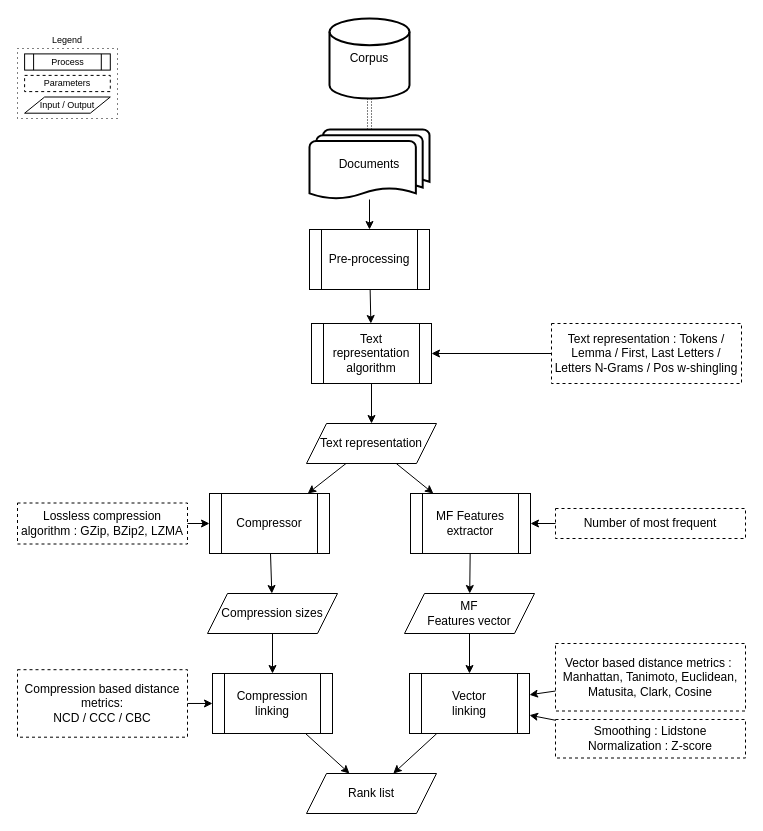
Earlier version of the draw.io diagram page "rank_lists" (1 of 3) of schema/schema.drawio (TheRaphael0000/master_thesis). Source tidied: cells renumbered, new cells numbered last; positions are measured from the earlier drawing's top-left corner, leaving out a move shared by most shapes. Both pictures are drawn from the tidied source at 100%, with x=0, y=0 at pixel (17, 18).
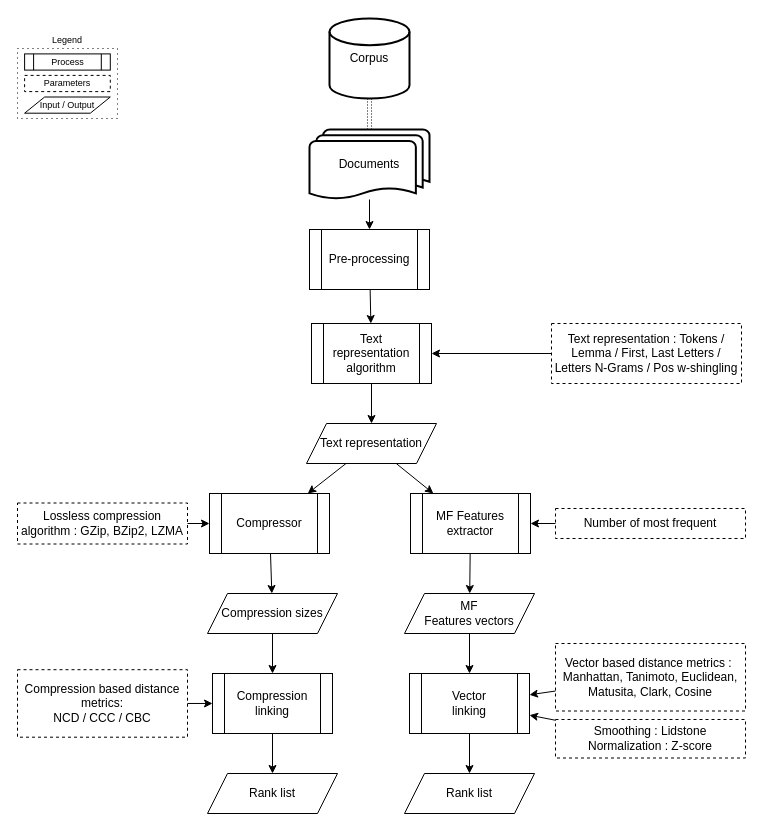
After the change.

The change refers to these unchanged cells:
```xml
<mxCell id="6" value="Vector&lt;br&gt;linking" style="shape=process;whiteSpace=wrap;html=1;backgroundOutline=1;" parent="1" vertex="1">
  <mxGeometry x="392" y="655" width="120" height="60" as="geometry" />
</mxCell>
```

The edit, as a diff of the source:
```diff
@@
     <mxCell id="4" value="&lt;span&gt;Rank list&lt;/span&gt;" style="shape=parallelogram;perimeter=parallelogramPerimeter;whiteSpace=wrap;html=1;fixedSize=1;" parent="1" vertex="1">
-      <mxGeometry x="289" y="755" width="130" height="40" as="geometry" />
+      <mxGeometry x="190" y="755" width="130" height="40" as="geometry" />
     </mxCell>
-    <mxCell id="5" value="MF&lt;br&gt;Features vector" style="shape=parallelogram;perimeter=parallelogramPerimeter;whiteSpace=wrap;html=1;fixedSize=1;" parent="1" vertex="1">
+    <mxCell id="5" value="MF&lt;br&gt;Features vectors" style="shape=parallelogram;perimeter=parallelogramPerimeter;whiteSpace=wrap;html=1;fixedSize=1;" parent="1" vertex="1">
       <mxGeometry x="387" y="575" width="130" height="40" as="geometry" />
     </mxCell>
@@
-    <mxCell id="9" style="endArrow=classic;html=1;" parent="1" edge="1" source="6" target="4">
+    <mxCell id="9" style="endArrow=classic;html=1;" parent="1" edge="1" source="6" target="43">
       <mxGeometry x="48" y="295" as="geometry" />
     </mxCell>
@@
+    <mxCell id="43" value="&lt;span&gt;Rank list&lt;/span&gt;" style="shape=parallelogram;perimeter=parallelogramPerimeter;whiteSpace=wrap;html=1;fixedSize=1;" parent="1" vertex="1">
+      <mxGeometry x="387" y="755" width="130" height="40" as="geometry" />
+    </mxCell>
```
